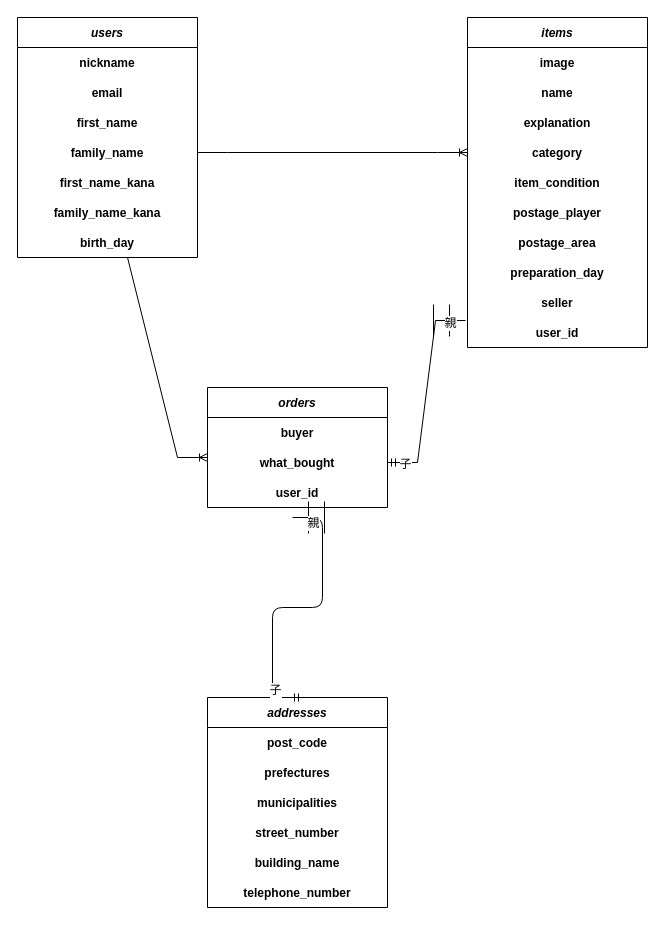
Above: ER.dio in yama0603guchi/furima-37358 (draw.io), before the change. Source tidied: cells renumbered, new cells numbered last; positions are measured from the earlier drawing's top-left corner, leaving out a move shared by most shapes. Both pictures are drawn from the tidied source at 100%, with x=0, y=0 at pixel (17, 17).
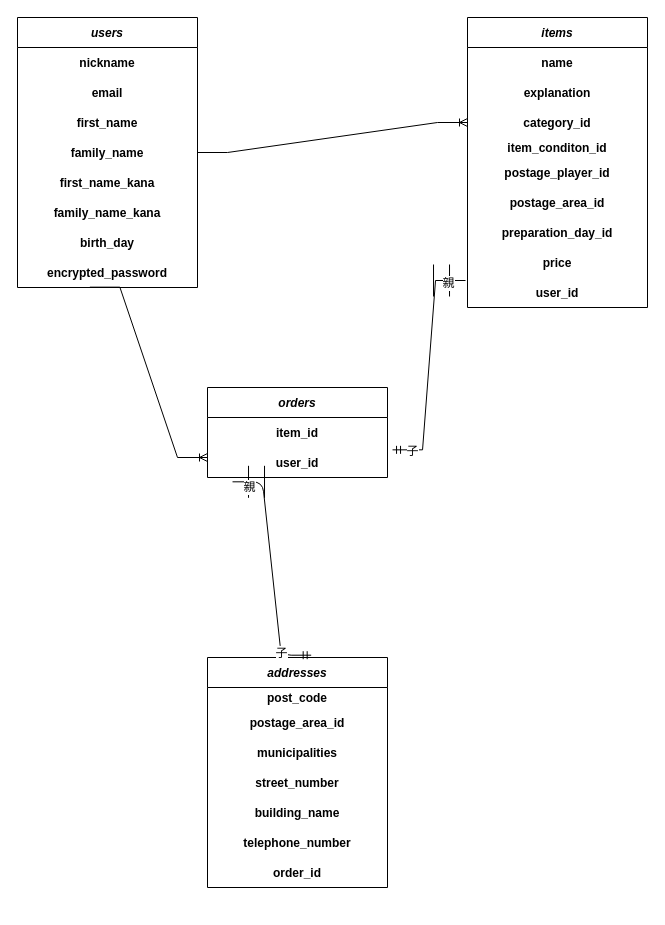
Above is the later version.

Commit message (it also covers changes not shown here):
データベース設計2

Unchanged cells that the change refers to:
```xml
<mxCell id="39" style="shape=partialRectangle;fillColor=none;top=0;left=0;bottom=0;right=0;rounded=0;" parent="38" vertex="1">
  <mxGeometry y="30" width="180" height="30" as="geometry" />
</mxCell>
```

What changed in the source:
```diff
@@
     <mxCell id="2" value="users" style="shape=table;startSize=30;childLayout=tableLayout;rowLines=0;fontStyle=3;align=center;rounded=0;" parent="1" vertex="1">
-      <mxGeometry width="180" height="240" as="geometry" />
+      <mxGeometry width="180" height="270" as="geometry" />
     </mxCell>
@@
+    <mxCell id="66" style="shape=partialRectangle;fillColor=none;top=0;left=0;bottom=0;right=0;points=[[0,0.5],[1,0.5]];portConstraint=eastwest;rounded=0;" parent="2" vertex="1">
+      <mxGeometry y="240" width="180" height="30" as="geometry" />
+    </mxCell>
+    <mxCell id="67" value="encrypted_password" style="shape=partialRectangle;fillColor=none;top=0;left=0;bottom=0;right=0;fontStyle=1;overflow=hidden;rounded=0;" parent="66" vertex="1">
+      <mxGeometry width="180" height="30" as="geometry" />
+    </mxCell>
     <mxCell id="17" value="items" style="shape=table;startSize=30;childLayout=tableLayout;rowLines=0;fontStyle=3;align=center;rounded=0;" parent="1" vertex="1">
-      <mxGeometry x="450" width="180" height="330" as="geometry" />
+      <mxGeometry x="450" width="180" height="290" as="geometry" />
     </mxCell>
-    <mxCell id="18" style="shape=partialRectangle;fillColor=none;top=0;left=0;bottom=0;right=0;rounded=0;" parent="17" vertex="1">
-      <mxGeometry y="30" width="180" height="30" as="geometry" />
-    </mxCell>
-    <mxCell id="19" value="image" style="shape=partialRectangle;fillColor=none;top=0;left=0;bottom=0;right=0;fontStyle=1;overflow=hidden;rounded=0;" parent="18" vertex="1">
-      <mxGeometry width="180" height="30" as="geometry" />
-    </mxCell>
     <mxCell id="20" style="shape=partialRectangle;fillColor=none;top=0;left=0;bottom=0;right=0;rounded=0;" parent="17" vertex="1">
-      <mxGeometry y="60" width="180" height="30" as="geometry" />
+      <mxGeometry y="30" width="180" height="30" as="geometry" />
     </mxCell>
@@
     <mxCell id="22" style="shape=partialRectangle;fillColor=none;top=0;left=0;bottom=0;right=0;rounded=0;" parent="17" vertex="1">
-      <mxGeometry y="90" width="180" height="30" as="geometry" />
+      <mxGeometry y="60" width="180" height="30" as="geometry" />
     </mxCell>
@@
     <mxCell id="24" style="shape=partialRectangle;fillColor=none;top=0;left=0;bottom=0;right=0;points=[[0,0.5],[1,0.5]];portConstraint=eastwest;rounded=0;" parent="17" vertex="1">
-      <mxGeometry y="120" width="180" height="30" as="geometry" />
+      <mxGeometry y="90" width="180" height="30" as="geometry" />
     </mxCell>
-    <mxCell id="25" value="category" style="shape=partialRectangle;fillColor=none;top=0;left=0;bottom=0;right=0;fontStyle=1;overflow=hidden;rounded=0;" parent="24" vertex="1">
+    <mxCell id="25" value="category_id" style="shape=partialRectangle;fillColor=none;top=0;left=0;bottom=0;right=0;fontStyle=1;overflow=hidden;rounded=0;" parent="24" vertex="1">
       <mxGeometry width="180" height="30" as="geometry" />
     </mxCell>
     <mxCell id="26" style="shape=partialRectangle;fillColor=none;top=0;left=0;bottom=0;right=0;rounded=0;" parent="17" vertex="1">
-      <mxGeometry y="150" width="180" height="30" as="geometry" />
+      <mxGeometry y="120" width="180" height="20" as="geometry" />
     </mxCell>
-    <mxCell id="27" value="item_condition" style="shape=partialRectangle;fillColor=none;top=0;left=0;bottom=0;right=0;fontStyle=1;overflow=hidden;rounded=0;" parent="26" vertex="1">
-      <mxGeometry width="180" height="30" as="geometry" />
+    <mxCell id="27" value="item_conditon_id" style="shape=partialRectangle;fillColor=none;top=0;left=0;bottom=0;right=0;fontStyle=1;overflow=hidden;rounded=0;" parent="26" vertex="1">
+      <mxGeometry width="180" height="20" as="geometry" />
     </mxCell>
     <mxCell id="28" style="shape=partialRectangle;fillColor=none;top=0;left=0;bottom=0;right=0;rounded=0;" parent="17" vertex="1">
-      <mxGeometry y="180" width="180" height="30" as="geometry" />
+      <mxGeometry y="140" width="180" height="30" as="geometry" />
     </mxCell>
-    <mxCell id="29" value="postage_player" style="shape=partialRectangle;fillColor=none;top=0;left=0;bottom=0;right=0;fontStyle=1;overflow=hidden;rounded=0;" parent="28" vertex="1">
+    <mxCell id="29" value="postage_player_id" style="shape=partialRectangle;fillColor=none;top=0;left=0;bottom=0;right=0;fontStyle=1;overflow=hidden;rounded=0;" parent="28" vertex="1">
       <mxGeometry width="180" height="30" as="geometry" />
     </mxCell>
     <mxCell id="30" style="shape=partialRectangle;fillColor=none;top=0;left=0;bottom=0;right=0;rounded=0;" parent="17" vertex="1">
-      <mxGeometry y="210" width="180" height="30" as="geometry" />
+      <mxGeometry y="170" width="180" height="30" as="geometry" />
     </mxCell>
-    <mxCell id="31" value="postage_area" style="shape=partialRectangle;fillColor=none;top=0;left=0;bottom=0;right=0;fontStyle=1;overflow=hidden;rounded=0;" parent="30" vertex="1">
+    <mxCell id="31" value="postage_area_id" style="shape=partialRectangle;fillColor=none;top=0;left=0;bottom=0;right=0;fontStyle=1;overflow=hidden;rounded=0;" parent="30" vertex="1">
       <mxGeometry width="180" height="30" as="geometry" />
     </mxCell>
     <mxCell id="32" style="shape=partialRectangle;fillColor=none;top=0;left=0;bottom=0;right=0;rounded=0;" parent="17" vertex="1">
-      <mxGeometry y="240" width="180" height="30" as="geometry" />
+      <mxGeometry y="200" width="180" height="30" as="geometry" />
     </mxCell>
-    <mxCell id="33" value="preparation_day" style="shape=partialRectangle;fillColor=none;top=0;left=0;bottom=0;right=0;fontStyle=1;overflow=hidden;rounded=0;" parent="32" vertex="1">
+    <mxCell id="33" value="preparation_day_id" style="shape=partialRectangle;fillColor=none;top=0;left=0;bottom=0;right=0;fontStyle=1;overflow=hidden;rounded=0;" parent="32" vertex="1">
       <mxGeometry width="180" height="30" as="geometry" />
     </mxCell>
     <mxCell id="34" style="shape=partialRectangle;fillColor=none;top=0;left=0;bottom=0;right=0;rounded=0;" parent="17" vertex="1">
-      <mxGeometry y="270" width="180" height="30" as="geometry" />
+      <mxGeometry y="230" width="180" height="30" as="geometry" />
     </mxCell>
-    <mxCell id="35" value="seller" style="shape=partialRectangle;fillColor=none;top=0;left=0;bottom=0;right=0;fontStyle=1;overflow=hidden;rounded=0;" parent="34" vertex="1">
+    <mxCell id="35" value="price" style="shape=partialRectangle;fillColor=none;top=0;left=0;bottom=0;right=0;fontStyle=1;overflow=hidden;rounded=0;" parent="34" vertex="1">
       <mxGeometry width="180" height="30" as="geometry" />
     </mxCell>
     <mxCell id="36" style="shape=partialRectangle;fillColor=none;top=0;left=0;bottom=0;right=0;points=[[0,0.5],[1,0.5]];portConstraint=eastwest;rounded=0;" parent="17" vertex="1">
-      <mxGeometry y="300" width="180" height="30" as="geometry" />
+      <mxGeometry y="260" width="180" height="30" as="geometry" />
     </mxCell>
@@
     <mxCell id="38" value="orders" style="shape=table;startSize=30;childLayout=tableLayout;rowLines=0;fontStyle=3;align=center;rounded=0;" parent="1" vertex="1">
-      <mxGeometry x="190" y="370" width="180" height="120" as="geometry" />
+      <mxGeometry x="190" y="370" width="180" height="90" as="geometry" />
     </mxCell>
@@
-    <mxCell id="40" value="buyer" style="shape=partialRectangle;fillColor=none;top=0;left=0;bottom=0;right=0;fontStyle=1;overflow=hidden;rounded=0;" parent="39" vertex="1">
+    <mxCell id="40" value="item_id" style="shape=partialRectangle;fillColor=none;top=0;left=0;bottom=0;right=0;fontStyle=1;overflow=hidden;rounded=0;" parent="39" vertex="1">
       <mxGeometry width="180" height="30" as="geometry" />
     </mxCell>
-    <mxCell id="41" style="shape=partialRectangle;fillColor=none;top=0;left=0;bottom=0;right=0;points=[[0,0.5],[1,0.5]];portConstraint=eastwest;rounded=0;" parent="38" vertex="1">
-      <mxGeometry y="60" width="180" height="30" as="geometry" />
-    </mxCell>
-    <mxCell id="42" value="what_bought" style="shape=partialRectangle;fillColor=none;top=0;left=0;bottom=0;right=0;fontStyle=1;overflow=hidden;rounded=0;" parent="41" vertex="1">
-      <mxGeometry width="180" height="30" as="geometry" />
-    </mxCell>
     <mxCell id="43" style="shape=partialRectangle;fillColor=none;top=0;left=0;bottom=0;right=0;points=[[0,0.5],[1,0.5]];portConstraint=eastwest;rounded=0;" parent="38" vertex="1">
-      <mxGeometry y="90" width="180" height="30" as="geometry" />
+      <mxGeometry y="60" width="180" height="30" as="geometry" />
     </mxCell>
@@
     <mxCell id="45" value="addresses" style="shape=table;startSize=30;childLayout=tableLayout;rowLines=0;fontStyle=3;align=center;rounded=0;" parent="1" vertex="1">
-      <mxGeometry x="190" y="680" width="180" height="210" as="geometry" />
+      <mxGeometry x="190" y="640" width="180" height="230" as="geometry" />
     </mxCell>
     <mxCell id="46" style="shape=partialRectangle;fillColor=none;top=0;left=0;bottom=0;right=0;rounded=0;" parent="45" vertex="1">
-      <mxGeometry y="30" width="180" height="30" as="geometry" />
+      <mxGeometry y="30" width="180" height="20" as="geometry" />
     </mxCell>
     <mxCell id="47" value="post_code" style="shape=partialRectangle;fillColor=none;top=0;left=0;bottom=0;right=0;fontStyle=1;overflow=hidden;rounded=0;" parent="46" vertex="1">
-      <mxGeometry width="180" height="30" as="geometry" />
+      <mxGeometry width="180" height="20" as="geometry" />
     </mxCell>
     <mxCell id="48" style="shape=partialRectangle;fillColor=none;top=0;left=0;bottom=0;right=0;rounded=0;" parent="45" vertex="1">
-      <mxGeometry y="60" width="180" height="30" as="geometry" />
+      <mxGeometry y="50" width="180" height="30" as="geometry" />
     </mxCell>
-    <mxCell id="49" value="prefectures" style="shape=partialRectangle;fillColor=none;top=0;left=0;bottom=0;right=0;fontStyle=1;overflow=hidden;rounded=0;" parent="48" vertex="1">
+    <mxCell id="49" value="postage_area_id" style="shape=partialRectangle;fillColor=none;top=0;left=0;bottom=0;right=0;fontStyle=1;overflow=hidden;rounded=0;" parent="48" vertex="1">
       <mxGeometry width="180" height="30" as="geometry" />
     </mxCell>
     <mxCell id="50" style="shape=partialRectangle;fillColor=none;top=0;left=0;bottom=0;right=0;rounded=0;" parent="45" vertex="1">
-      <mxGeometry y="90" width="180" height="30" as="geometry" />
+      <mxGeometry y="80" width="180" height="30" as="geometry" />
     </mxCell>
@@
     <mxCell id="52" style="shape=partialRectangle;fillColor=none;top=0;left=0;bottom=0;right=0;rounded=0;" parent="45" vertex="1">
-      <mxGeometry y="120" width="180" height="30" as="geometry" />
+      <mxGeometry y="110" width="180" height="30" as="geometry" />
     </mxCell>
@@
     <mxCell id="54" style="shape=partialRectangle;fillColor=none;top=0;left=0;bottom=0;right=0;rounded=0;" parent="45" vertex="1">
-      <mxGeometry y="150" width="180" height="30" as="geometry" />
+      <mxGeometry y="140" width="180" height="30" as="geometry" />
     </mxCell>
@@
     <mxCell id="56" style="shape=partialRectangle;fillColor=none;top=0;left=0;bottom=0;right=0;rounded=0;" parent="45" vertex="1">
-      <mxGeometry y="180" width="180" height="30" as="geometry" />
+      <mxGeometry y="170" width="180" height="30" as="geometry" />
     </mxCell>
@@
+    <mxCell id="68" style="shape=partialRectangle;fillColor=none;top=0;left=0;bottom=0;right=0;rounded=0;" parent="45" vertex="1">
+      <mxGeometry y="200" width="180" height="30" as="geometry" />
+    </mxCell>
+    <mxCell id="69" value="order_id" style="shape=partialRectangle;fillColor=none;top=0;left=0;bottom=0;right=0;fontStyle=1;overflow=hidden;rounded=0;" parent="68" vertex="1">
+      <mxGeometry width="180" height="30" as="geometry" />
+    </mxCell>
@@
-    <mxCell id="59" style="edgeStyle=entityRelationEdgeStyle;fontSize=12;html=1;endArrow=ERoneToMany;fontFamily=Helvetica;fontColor=default;startSize=30;entryX=0;entryY=0.333;entryDx=0;entryDy=0;entryPerimeter=0;rounded=0;" parent="1" edge="1" target="41">
+    <mxCell id="59" style="edgeStyle=entityRelationEdgeStyle;fontSize=12;html=1;endArrow=ERoneToMany;fontFamily=Helvetica;fontColor=default;startSize=30;entryX=0;entryY=0.333;entryDx=0;entryDy=0;entryPerimeter=0;rounded=0;exitX=0.402;exitY=0.989;exitDx=0;exitDy=0;exitPerimeter=0;" parent="1" edge="1" source="66">
       <mxGeometry relative="1" as="geometry">
-        <mxPoint x="80" y="240" as="sourcePoint" />
+        <mxPoint x="190" y="440" as="targetPoint" />
       </mxGeometry>
     </mxCell>
-    <mxCell id="60" style="edgeStyle=entityRelationEdgeStyle;fontSize=12;html=1;endArrow=ERmandOne;startArrow=ERmandOne;rounded=0;fontFamily=Helvetica;fontColor=default;startSize=30;targetPerimeterSpacing=0;entryX=1;entryY=0.5;entryDx=0;entryDy=0;exitX=-0.011;exitY=0.1;exitDx=0;exitDy=0;exitPerimeter=0;" parent="1" edge="1" source="36" target="41">
+    <mxCell id="60" style="edgeStyle=entityRelationEdgeStyle;fontSize=12;html=1;endArrow=ERmandOne;startArrow=ERmandOne;rounded=0;fontFamily=Helvetica;fontColor=default;startSize=30;targetPerimeterSpacing=0;entryX=1.028;entryY=0.078;entryDx=0;entryDy=0;exitX=-0.011;exitY=0.1;exitDx=0;exitDy=0;exitPerimeter=0;entryPerimeter=0;" parent="1" edge="1" source="36" target="43">
       <mxGeometry relative="1" as="geometry" />
     </mxCell>
@@
-    <mxCell id="63" style="edgeStyle=entityRelationEdgeStyle;fontSize=12;html=1;endArrow=ERmandOne;startArrow=ERmandOne;fontFamily=Helvetica;fontColor=default;startSize=30;targetPerimeterSpacing=0;" parent="1" edge="1">
-      <mxGeometry relative="1" as="geometry">
-        <mxPoint x="275" y="500" as="sourcePoint" />
-        <mxPoint x="285" y="680" as="targetPoint" />
-      </mxGeometry>
+    <mxCell id="63" style="edgeStyle=entityRelationEdgeStyle;fontSize=12;html=1;endArrow=ERmandOne;startArrow=ERmandOne;fontFamily=Helvetica;fontColor=default;startSize=30;targetPerimeterSpacing=0;exitX=0.139;exitY=1.144;exitDx=0;exitDy=0;exitPerimeter=0;entryX=0.576;entryY=-0.01;entryDx=0;entryDy=0;entryPerimeter=0;" parent="1" edge="1" source="43" target="45">
+      <mxGeometry relative="1" as="geometry" />
     </mxCell>
```
